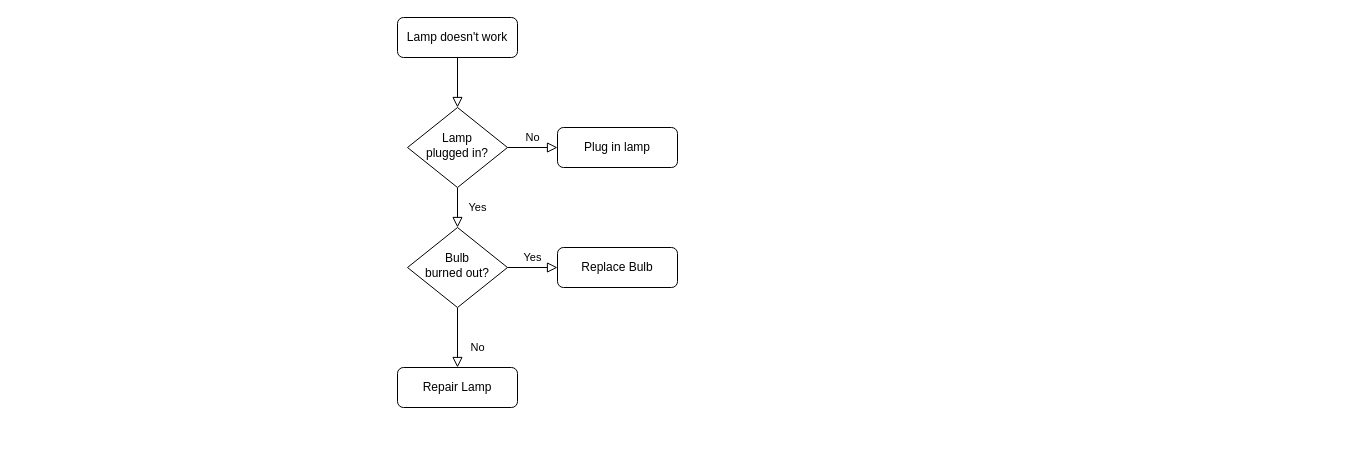
This is Untitled Diagram.drawio from bobaepapa/docs, a draw.io file, before an edit. Source tidied: cells renumbered, new cells numbered last; positions are measured from the earlier drawing's top-left corner, leaving out a move shared by most shapes. Both pictures are drawn from the tidied source at 100%, with x=0, y=0 at pixel (397, 17).
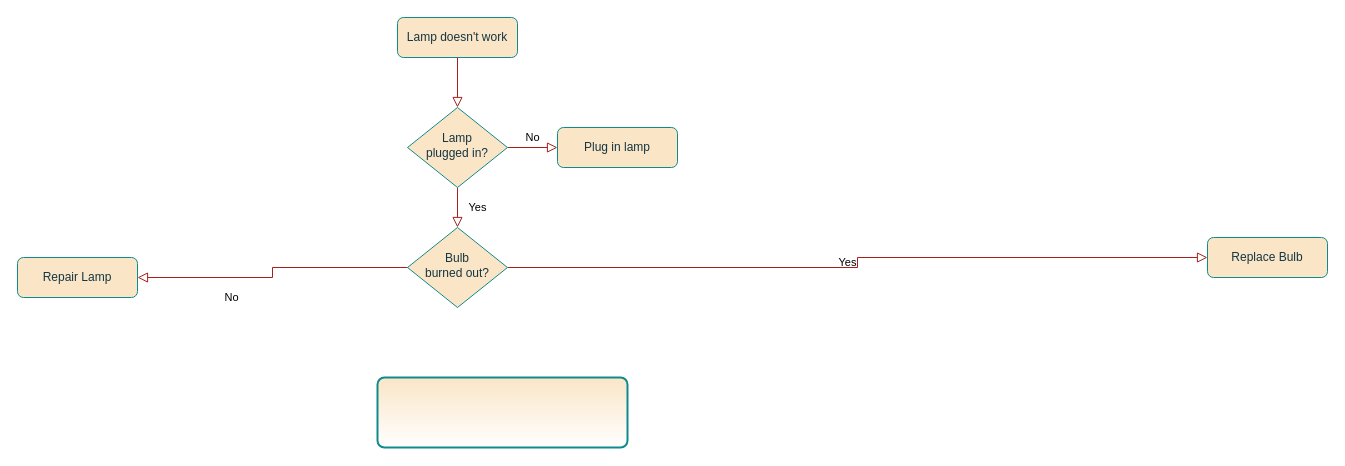
After the change.

Diff of the diagram source:
```diff
@@
 <mxGraphModel>
   <root>
     <mxCell id="0" />
     <mxCell id="1" parent="0" />
-    <mxCell id="2" style="rounded=0;html=1;jettySize=auto;fontSize=11;endArrow=block;endFill=0;endSize=8;strokeWidth=1;shadow=0;labelBackgroundColor=none;edgeStyle=orthogonalEdgeStyle;" parent="1" edge="1" source="3" target="6">
+    <mxCell id="2" style="rounded=0;html=1;jettySize=auto;fontSize=11;endArrow=block;endFill=0;endSize=8;strokeWidth=1;shadow=0;labelBackgroundColor=none;edgeStyle=orthogonalEdgeStyle;strokeColor=#A8201A;fontColor=default;" parent="1" edge="1" source="3" target="6">
       <mxGeometry relative="1" as="geometry" />
     </mxCell>
-    <mxCell id="3" value="Lamp doesn't work" style="rounded=1;whiteSpace=wrap;html=1;fontSize=12;glass=0;strokeWidth=1;shadow=0;" parent="1" vertex="1">
+    <mxCell id="3" value="Lamp doesn't work" style="rounded=1;whiteSpace=wrap;html=1;fontSize=12;glass=0;strokeWidth=1;shadow=0;labelBackgroundColor=none;fillColor=#FAE5C7;strokeColor=#0F8B8D;fontColor=#143642;" parent="1" vertex="1">
       <mxGeometry width="120" height="40" as="geometry" />
     </mxCell>
-    <mxCell id="4" value="Yes" style="rounded=0;html=1;jettySize=auto;fontSize=11;endArrow=block;endFill=0;endSize=8;strokeWidth=1;shadow=0;labelBackgroundColor=none;edgeStyle=orthogonalEdgeStyle;" parent="1" edge="1" source="6" target="10">
+    <mxCell id="4" value="Yes" style="rounded=0;html=1;jettySize=auto;fontSize=11;endArrow=block;endFill=0;endSize=8;strokeWidth=1;shadow=0;labelBackgroundColor=none;edgeStyle=orthogonalEdgeStyle;strokeColor=#A8201A;fontColor=default;" parent="1" edge="1" source="6" target="10">
       <mxGeometry y="20" relative="1" as="geometry" />
     </mxCell>
-    <mxCell id="5" value="No" style="edgeStyle=orthogonalEdgeStyle;rounded=0;html=1;jettySize=auto;fontSize=11;endArrow=block;endFill=0;endSize=8;strokeWidth=1;shadow=0;labelBackgroundColor=none;" parent="1" edge="1" source="6" target="7">
+    <mxCell id="5" value="No" style="edgeStyle=orthogonalEdgeStyle;rounded=0;html=1;jettySize=auto;fontSize=11;endArrow=block;endFill=0;endSize=8;strokeWidth=1;shadow=0;labelBackgroundColor=none;strokeColor=#A8201A;fontColor=default;" parent="1" edge="1" source="6" target="7">
       <mxGeometry y="10" relative="1" as="geometry" />
     </mxCell>
-    <mxCell id="6" value="Lamp&lt;br&gt;plugged in?" style="rhombus;whiteSpace=wrap;html=1;shadow=0;fontFamily=Helvetica;fontSize=12;align=center;strokeWidth=1;spacing=6;spacingTop=-4;" parent="1" vertex="1">
+    <mxCell id="6" value="Lamp&lt;br&gt;plugged in?" style="rhombus;whiteSpace=wrap;html=1;shadow=0;fontFamily=Helvetica;fontSize=12;align=center;strokeWidth=1;spacing=6;spacingTop=-4;labelBackgroundColor=none;fillColor=#FAE5C7;strokeColor=#0F8B8D;fontColor=#143642;" parent="1" vertex="1">
       <mxGeometry x="10" y="90" width="100" height="80" as="geometry" />
     </mxCell>
-    <mxCell id="7" value="Plug in lamp" style="rounded=1;whiteSpace=wrap;html=1;fontSize=12;glass=0;strokeWidth=1;shadow=0;" parent="1" vertex="1">
+    <mxCell id="7" value="Plug in lamp" style="rounded=1;whiteSpace=wrap;html=1;fontSize=12;glass=0;strokeWidth=1;shadow=0;labelBackgroundColor=none;fillColor=#FAE5C7;strokeColor=#0F8B8D;fontColor=#143642;" parent="1" vertex="1">
       <mxGeometry x="160" y="110" width="120" height="40" as="geometry" />
     </mxCell>
-    <mxCell id="8" value="No" style="rounded=0;html=1;jettySize=auto;fontSize=11;endArrow=block;endFill=0;endSize=8;strokeWidth=1;shadow=0;labelBackgroundColor=none;edgeStyle=orthogonalEdgeStyle;" parent="1" edge="1" source="10" target="11">
+    <mxCell id="8" value="No" style="rounded=0;html=1;jettySize=auto;fontSize=11;endArrow=block;endFill=0;endSize=8;strokeWidth=1;shadow=0;labelBackgroundColor=none;edgeStyle=orthogonalEdgeStyle;strokeColor=#A8201A;fontColor=default;" parent="1" edge="1" source="10" target="11">
       <mxGeometry x="0.33" y="20" relative="1" as="geometry" />
     </mxCell>
-    <mxCell id="9" value="Yes" style="edgeStyle=orthogonalEdgeStyle;rounded=0;html=1;jettySize=auto;fontSize=11;endArrow=block;endFill=0;endSize=8;strokeWidth=1;shadow=0;labelBackgroundColor=none;" parent="1" edge="1" source="10" target="12">
+    <mxCell id="9" value="Yes" style="edgeStyle=orthogonalEdgeStyle;rounded=0;html=1;jettySize=auto;fontSize=11;endArrow=block;endFill=0;endSize=8;strokeWidth=1;shadow=0;labelBackgroundColor=none;strokeColor=#A8201A;fontColor=default;" parent="1" edge="1" source="10" target="12">
       <mxGeometry y="10" relative="1" as="geometry" />
     </mxCell>
-    <mxCell id="10" value="Bulb&lt;br&gt;burned out?" style="rhombus;whiteSpace=wrap;html=1;shadow=0;fontFamily=Helvetica;fontSize=12;align=center;strokeWidth=1;spacing=6;spacingTop=-4;" parent="1" vertex="1">
+    <mxCell id="10" value="Bulb&lt;br&gt;burned out?" style="rhombus;whiteSpace=wrap;html=1;shadow=0;fontFamily=Helvetica;fontSize=12;align=center;strokeWidth=1;spacing=6;spacingTop=-4;labelBackgroundColor=none;fillColor=#FAE5C7;strokeColor=#0F8B8D;fontColor=#143642;" parent="1" vertex="1">
       <mxGeometry x="10" y="210" width="100" height="80" as="geometry" />
     </mxCell>
-    <mxCell id="11" value="Repair Lamp" style="rounded=1;whiteSpace=wrap;html=1;fontSize=12;glass=0;strokeWidth=1;shadow=0;" parent="1" vertex="1">
-      <mxGeometry y="350" width="120" height="40" as="geometry" />
+    <mxCell id="11" value="Repair Lamp" style="rounded=1;whiteSpace=wrap;html=1;fontSize=12;glass=0;strokeWidth=1;shadow=0;labelBackgroundColor=none;fillColor=#FAE5C7;strokeColor=#0F8B8D;fontColor=#143642;" parent="1" vertex="1">
+      <mxGeometry x="-380" y="240" width="120" height="40" as="geometry" />
     </mxCell>
-    <mxCell id="12" value="Replace Bulb" style="rounded=1;whiteSpace=wrap;html=1;fontSize=12;glass=0;strokeWidth=1;shadow=0;" parent="1" vertex="1">
-      <mxGeometry x="160" y="230" width="120" height="40" as="geometry" />
+    <mxCell id="12" value="Replace Bulb" style="rounded=1;whiteSpace=wrap;html=1;fontSize=12;glass=0;strokeWidth=1;shadow=0;labelBackgroundColor=none;fillColor=#FAE5C7;strokeColor=#0F8B8D;fontColor=#143642;" parent="1" vertex="1">
+      <mxGeometry x="810" y="220" width="120" height="40" as="geometry" />
     </mxCell>
+    <mxCell id="13" style="rounded=1;whiteSpace=wrap;html=1;absoluteArcSize=1;arcSize=14;strokeWidth=2;fillColor=#FAE5C7;fontColor=#143642;strokeColor=#0F8B8D;labelBackgroundColor=none;gradientColor=#FFFFFF;" parent="1" vertex="1">
+      <mxGeometry x="-20" y="360" width="250" height="70" as="geometry" />
+    </mxCell>
   </root>
 </mxGraphModel>
```
